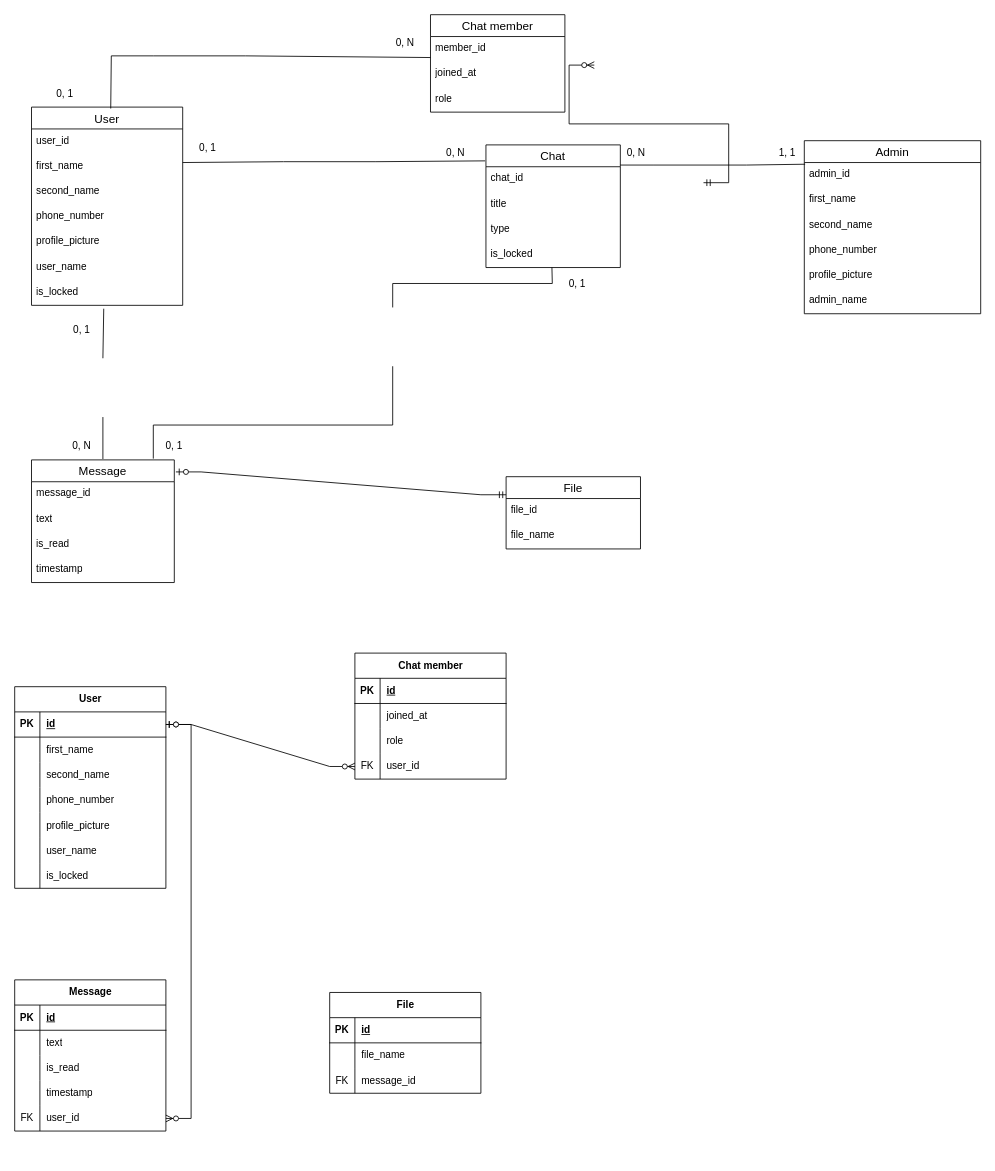
Above: ERWin Logical.drawio in marsek4/database (draw.io), before the change. Source tidied: cells renumbered, new cells numbered last; positions are measured from the earlier drawing's top-left corner, leaving out a move shared by most shapes. Both pictures are drawn from the tidied source at 84%, with x=0, y=0 at pixel (14, 14).
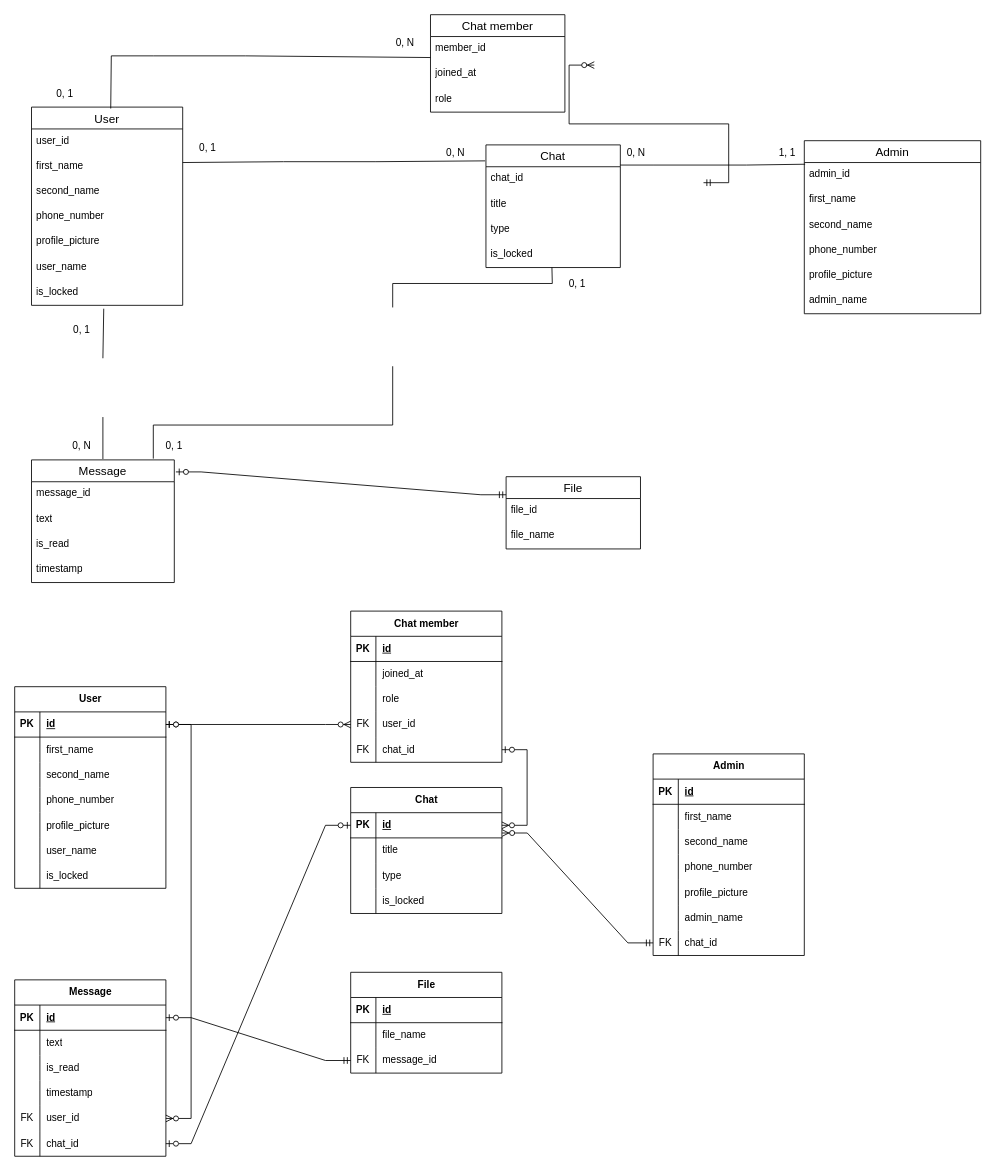
After the change.

Unchanged cells that the change refers to:
```xml
<mxCell id="95" style="shape=tableRow;horizontal=0;startSize=0;swimlaneHead=0;swimlaneBody=0;fillColor=none;points=[[0,0.5],[1,0.5]];portConstraint=eastwest;top=0;left=0;right=0;bottom=1;" parent="94" vertex="1">
  <mxGeometry y="30" width="180" height="30" as="geometry" />
</mxCell>
<mxCell id="119" style="shape=tableRow;horizontal=0;startSize=0;swimlaneHead=0;swimlaneBody=0;fillColor=none;points=[[0,0.5],[1,0.5]];portConstraint=eastwest;top=0;left=0;right=0;bottom=0;" parent="112" vertex="1">
  <mxGeometry y="90" width="180" height="30" as="geometry" />
</mxCell>
```

What changed in the source:
```diff
@@
     <mxCell id="81" value="Chat member" style="shape=table;startSize=30;childLayout=tableLayout;rowLines=0;fontStyle=1;align=center;html=1;" parent="1" vertex="1">
-      <mxGeometry x="405" y="760" width="180" height="150" as="geometry" />
+      <mxGeometry x="400" y="710" width="180" height="180" as="geometry" />
     </mxCell>
@@
+    <mxCell id="122" style="shape=tableRow;horizontal=0;startSize=0;swimlaneHead=0;swimlaneBody=0;fillColor=none;points=[[0,0.5],[1,0.5]];portConstraint=eastwest;top=0;left=0;right=0;bottom=0;" parent="81" vertex="1">
+      <mxGeometry y="150" width="180" height="30" as="geometry" />
+    </mxCell>
+    <mxCell id="123" value="FK" style="shape=partialRectangle;fillColor=none;top=0;left=0;bottom=0;right=0;fontStyle=0;overflow=hidden;whiteSpace=wrap;html=1;" parent="122" vertex="1">
+      <mxGeometry width="30" height="30" as="geometry" />
+    </mxCell>
+    <mxCell id="124" value="chat_id" style="shape=partialRectangle;fillColor=none;top=0;left=0;bottom=0;right=0;align=left;spacingLeft=6;fontStyle=0;overflow=hidden;whiteSpace=wrap;html=1;" parent="122" vertex="1">
+      <mxGeometry x="30" width="150" height="30" as="geometry" />
+    </mxCell>
     <mxCell id="94" value="Message" style="shape=table;startSize=30;childLayout=tableLayout;rowLines=0;fontStyle=1;align=center;html=1;" parent="1" vertex="1">
-      <mxGeometry y="1149" width="180" height="180" as="geometry" />
+      <mxGeometry y="1149" width="180" height="210" as="geometry" />
     </mxCell>
@@
+    <mxCell id="125" style="shape=tableRow;horizontal=0;startSize=0;swimlaneHead=0;swimlaneBody=0;fillColor=none;points=[[0,0.5],[1,0.5]];portConstraint=eastwest;top=0;left=0;right=0;bottom=0;" parent="94" vertex="1">
+      <mxGeometry y="180" width="180" height="30" as="geometry" />
+    </mxCell>
+    <mxCell id="126" value="FK" style="shape=partialRectangle;fillColor=none;top=0;left=0;bottom=0;right=0;fontStyle=0;overflow=hidden;whiteSpace=wrap;html=1;" parent="125" vertex="1">
+      <mxGeometry width="30" height="30" as="geometry" />
+    </mxCell>
+    <mxCell id="127" value="chat_id" style="shape=partialRectangle;fillColor=none;top=0;left=0;bottom=0;right=0;align=left;spacingLeft=6;fontStyle=0;overflow=hidden;whiteSpace=wrap;html=1;" parent="125" vertex="1">
+      <mxGeometry x="30" width="150" height="30" as="geometry" />
+    </mxCell>
@@
     <mxCell id="112" value="File" style="shape=table;startSize=30;childLayout=tableLayout;rowLines=0;fontStyle=1;align=center;html=1;" parent="1" vertex="1">
-      <mxGeometry x="375" y="1164" width="180" height="120" as="geometry" />
+      <mxGeometry x="400" y="1140" width="180" height="120" as="geometry" />
     </mxCell>
@@
+    <mxCell id="128" style="edgeStyle=entityRelationEdgeStyle;fontSize=12;html=1;endArrow=ERzeroToOne;startArrow=ERmandOne;rounded=0;entryX=1;entryY=0.5;entryDx=0;entryDy=0;exitX=0;exitY=0.5;exitDx=0;exitDy=0;" parent="1" edge="1" source="119" target="95">
+      <mxGeometry relative="1" as="geometry" />
+    </mxCell>
+    <mxCell id="129" value="Chat" style="shape=table;startSize=30;childLayout=tableLayout;rowLines=0;fontStyle=1;align=center;html=1;" parent="1" vertex="1">
+      <mxGeometry x="400" y="920" width="180" height="150" as="geometry" />
+    </mxCell>
+    <mxCell id="130" style="shape=tableRow;horizontal=0;startSize=0;swimlaneHead=0;swimlaneBody=0;fillColor=none;points=[[0,0.5],[1,0.5]];portConstraint=eastwest;top=0;left=0;right=0;bottom=1;" parent="129" vertex="1">
+      <mxGeometry y="30" width="180" height="30" as="geometry" />
+    </mxCell>
+    <mxCell id="131" value="PK" style="shape=partialRectangle;fillColor=none;top=0;left=0;bottom=0;right=0;fontStyle=1;overflow=hidden;whiteSpace=wrap;html=1;" parent="130" vertex="1">
+      <mxGeometry width="30" height="30" as="geometry" />
+    </mxCell>
+    <mxCell id="132" value="id" style="shape=partialRectangle;fillColor=none;top=0;left=0;bottom=0;right=0;align=left;spacingLeft=6;fontStyle=5;overflow=hidden;whiteSpace=wrap;html=1;" parent="130" vertex="1">
+      <mxGeometry x="30" width="150" height="30" as="geometry" />
+    </mxCell>
+    <mxCell id="133" style="shape=tableRow;horizontal=0;startSize=0;swimlaneHead=0;swimlaneBody=0;fillColor=none;top=0;left=0;right=0;bottom=0;" parent="129" vertex="1">
+      <mxGeometry y="60" width="180" height="30" as="geometry" />
+    </mxCell>
+    <mxCell id="134" style="shape=partialRectangle;fillColor=none;top=0;left=0;bottom=0;right=0;overflow=hidden;whiteSpace=wrap;html=1;" parent="133" vertex="1">
+      <mxGeometry width="30" height="30" as="geometry" />
+    </mxCell>
+    <mxCell id="135" value="title" style="shape=partialRectangle;fillColor=none;top=0;left=0;bottom=0;right=0;align=left;spacingLeft=6;overflow=hidden;whiteSpace=wrap;html=1;" parent="133" vertex="1">
+      <mxGeometry x="30" width="150" height="30" as="geometry" />
+    </mxCell>
+    <mxCell id="136" style="shape=tableRow;horizontal=0;startSize=0;swimlaneHead=0;swimlaneBody=0;fillColor=none;top=0;left=0;right=0;bottom=0;" parent="129" vertex="1">
+      <mxGeometry y="90" width="180" height="30" as="geometry" />
+    </mxCell>
+    <mxCell id="137" style="shape=partialRectangle;fillColor=none;top=0;left=0;bottom=0;right=0;overflow=hidden;whiteSpace=wrap;html=1;" parent="136" vertex="1">
+      <mxGeometry width="30" height="30" as="geometry" />
+    </mxCell>
+    <mxCell id="138" value="type" style="shape=partialRectangle;fillColor=none;top=0;left=0;bottom=0;right=0;align=left;spacingLeft=6;overflow=hidden;whiteSpace=wrap;html=1;" parent="136" vertex="1">
+      <mxGeometry x="30" width="150" height="30" as="geometry" />
+    </mxCell>
+    <mxCell id="139" style="shape=tableRow;horizontal=0;startSize=0;swimlaneHead=0;swimlaneBody=0;fillColor=none;top=0;left=0;right=0;bottom=0;" parent="129" vertex="1">
+      <mxGeometry y="120" width="180" height="30" as="geometry" />
+    </mxCell>
+    <mxCell id="140" style="shape=partialRectangle;fillColor=none;top=0;left=0;bottom=0;right=0;overflow=hidden;whiteSpace=wrap;html=1;" parent="139" vertex="1">
+      <mxGeometry width="30" height="30" as="geometry" />
+    </mxCell>
+    <mxCell id="141" value="is_locked" style="shape=partialRectangle;fillColor=none;top=0;left=0;bottom=0;right=0;align=left;spacingLeft=6;overflow=hidden;whiteSpace=wrap;html=1;" parent="139" vertex="1">
+      <mxGeometry x="30" width="150" height="30" as="geometry" />
+    </mxCell>
+    <mxCell id="142" style="edgeStyle=entityRelationEdgeStyle;fontSize=12;html=1;endArrow=ERzeroToOne;endFill=1;rounded=0;entryX=0;entryY=0.5;entryDx=0;entryDy=0;exitX=1;exitY=0.5;exitDx=0;exitDy=0;startArrow=ERzeroToOne;startFill=0;" parent="1" edge="1" source="125" target="130">
+      <mxGeometry relative="1" as="geometry" />
+    </mxCell>
+    <mxCell id="143" style="edgeStyle=entityRelationEdgeStyle;fontSize=12;html=1;endArrow=ERzeroToMany;startArrow=ERzeroToOne;rounded=0;exitX=1;exitY=0.5;exitDx=0;exitDy=0;entryX=1;entryY=0.5;entryDx=0;entryDy=0;" parent="1" edge="1" source="122" target="130">
+      <mxGeometry relative="1" as="geometry" />
+    </mxCell>
+    <mxCell id="144" value="Admin" style="shape=table;startSize=30;childLayout=tableLayout;rowLines=0;fontStyle=1;align=center;html=1;" parent="1" vertex="1">
+      <mxGeometry x="760" y="880" width="180" height="240" as="geometry" />
+    </mxCell>
+    <mxCell id="145" style="shape=tableRow;horizontal=0;startSize=0;swimlaneHead=0;swimlaneBody=0;fillColor=none;top=0;left=0;right=0;bottom=1;" parent="144" vertex="1">
+      <mxGeometry y="30" width="180" height="30" as="geometry" />
+    </mxCell>
+    <mxCell id="146" value="PK" style="shape=partialRectangle;fillColor=none;top=0;left=0;bottom=0;right=0;fontStyle=1;overflow=hidden;whiteSpace=wrap;html=1;" parent="145" vertex="1">
+      <mxGeometry width="30" height="30" as="geometry" />
+    </mxCell>
+    <mxCell id="147" value="id" style="shape=partialRectangle;fillColor=none;top=0;left=0;bottom=0;right=0;align=left;spacingLeft=6;fontStyle=5;overflow=hidden;whiteSpace=wrap;html=1;" parent="145" vertex="1">
+      <mxGeometry x="30" width="150" height="30" as="geometry" />
+    </mxCell>
+    <mxCell id="148" style="shape=tableRow;horizontal=0;startSize=0;swimlaneHead=0;swimlaneBody=0;fillColor=none;top=0;left=0;right=0;bottom=0;" parent="144" vertex="1">
+      <mxGeometry y="60" width="180" height="30" as="geometry" />
+    </mxCell>
+    <mxCell id="149" style="shape=partialRectangle;fillColor=none;top=0;left=0;bottom=0;right=0;overflow=hidden;whiteSpace=wrap;html=1;" parent="148" vertex="1">
+      <mxGeometry width="30" height="30" as="geometry" />
+    </mxCell>
+    <mxCell id="150" value="first_name" style="shape=partialRectangle;fillColor=none;top=0;left=0;bottom=0;right=0;align=left;spacingLeft=6;overflow=hidden;whiteSpace=wrap;html=1;" parent="148" vertex="1">
+      <mxGeometry x="30" width="150" height="30" as="geometry" />
+    </mxCell>
+    <mxCell id="151" style="shape=tableRow;horizontal=0;startSize=0;swimlaneHead=0;swimlaneBody=0;fillColor=none;top=0;left=0;right=0;bottom=0;" parent="144" vertex="1">
+      <mxGeometry y="90" width="180" height="30" as="geometry" />
+    </mxCell>
+    <mxCell id="152" style="shape=partialRectangle;fillColor=none;top=0;left=0;bottom=0;right=0;overflow=hidden;whiteSpace=wrap;html=1;" parent="151" vertex="1">
+      <mxGeometry width="30" height="30" as="geometry" />
+    </mxCell>
+    <mxCell id="153" value="second_name" style="shape=partialRectangle;fillColor=none;top=0;left=0;bottom=0;right=0;align=left;spacingLeft=6;overflow=hidden;whiteSpace=wrap;html=1;" parent="151" vertex="1">
+      <mxGeometry x="30" width="150" height="30" as="geometry" />
+    </mxCell>
+    <mxCell id="154" style="shape=tableRow;horizontal=0;startSize=0;swimlaneHead=0;swimlaneBody=0;fillColor=none;top=0;left=0;right=0;bottom=0;" parent="144" vertex="1">
+      <mxGeometry y="120" width="180" height="30" as="geometry" />
+    </mxCell>
+    <mxCell id="155" style="shape=partialRectangle;fillColor=none;top=0;left=0;bottom=0;right=0;overflow=hidden;whiteSpace=wrap;html=1;" parent="154" vertex="1">
+      <mxGeometry width="30" height="30" as="geometry" />
+    </mxCell>
+    <mxCell id="156" value="phone_number" style="shape=partialRectangle;fillColor=none;top=0;left=0;bottom=0;right=0;align=left;spacingLeft=6;overflow=hidden;whiteSpace=wrap;html=1;" parent="154" vertex="1">
+      <mxGeometry x="30" width="150" height="30" as="geometry" />
+    </mxCell>
+    <mxCell id="157" style="shape=tableRow;horizontal=0;startSize=0;swimlaneHead=0;swimlaneBody=0;fillColor=none;top=0;left=0;right=0;bottom=0;" parent="144" vertex="1">
+      <mxGeometry y="150" width="180" height="30" as="geometry" />
+    </mxCell>
+    <mxCell id="158" style="shape=partialRectangle;fillColor=none;top=0;left=0;bottom=0;right=0;overflow=hidden;" parent="157" vertex="1">
+      <mxGeometry width="30" height="30" as="geometry" />
+    </mxCell>
+    <mxCell id="159" value="profile_picture" style="shape=partialRectangle;fillColor=none;top=0;left=0;bottom=0;right=0;align=left;spacingLeft=6;overflow=hidden;" parent="157" vertex="1">
+      <mxGeometry x="30" width="150" height="30" as="geometry" />
+    </mxCell>
+    <mxCell id="160" style="shape=tableRow;horizontal=0;startSize=0;swimlaneHead=0;swimlaneBody=0;fillColor=none;top=0;left=0;right=0;bottom=0;" parent="144" vertex="1">
+      <mxGeometry y="180" width="180" height="30" as="geometry" />
+    </mxCell>
+    <mxCell id="161" style="shape=partialRectangle;fillColor=none;top=0;left=0;bottom=0;right=0;overflow=hidden;" parent="160" vertex="1">
+      <mxGeometry width="30" height="30" as="geometry" />
+    </mxCell>
+    <mxCell id="162" value="admin_name" style="shape=partialRectangle;fillColor=none;top=0;left=0;bottom=0;right=0;align=left;spacingLeft=6;overflow=hidden;" parent="160" vertex="1">
+      <mxGeometry x="30" width="150" height="30" as="geometry" />
+    </mxCell>
+    <mxCell id="163" style="shape=tableRow;horizontal=0;startSize=0;swimlaneHead=0;swimlaneBody=0;fillColor=none;points=[[0,0.5],[1,0.5]];portConstraint=eastwest;top=0;left=0;right=0;bottom=0;" parent="144" vertex="1">
+      <mxGeometry y="210" width="180" height="30" as="geometry" />
+    </mxCell>
+    <mxCell id="164" value="FK" style="shape=partialRectangle;fillColor=none;top=0;left=0;bottom=0;right=0;fontStyle=0;overflow=hidden;whiteSpace=wrap;html=1;" parent="163" vertex="1">
+      <mxGeometry width="30" height="30" as="geometry" />
+    </mxCell>
+    <mxCell id="165" value="chat_id" style="shape=partialRectangle;fillColor=none;top=0;left=0;bottom=0;right=0;align=left;spacingLeft=6;fontStyle=0;overflow=hidden;whiteSpace=wrap;html=1;" parent="163" vertex="1">
+      <mxGeometry x="30" width="150" height="30" as="geometry" />
+    </mxCell>
+    <mxCell id="166" style="edgeStyle=entityRelationEdgeStyle;fontSize=12;html=1;endArrow=ERzeroToMany;startArrow=ERmandOne;rounded=0;exitX=0;exitY=0.5;exitDx=0;exitDy=0;entryX=1.001;entryY=0.806;entryDx=0;entryDy=0;entryPerimeter=0;" parent="1" edge="1" source="163" target="130">
+      <mxGeometry relative="1" as="geometry" />
+    </mxCell>
```
